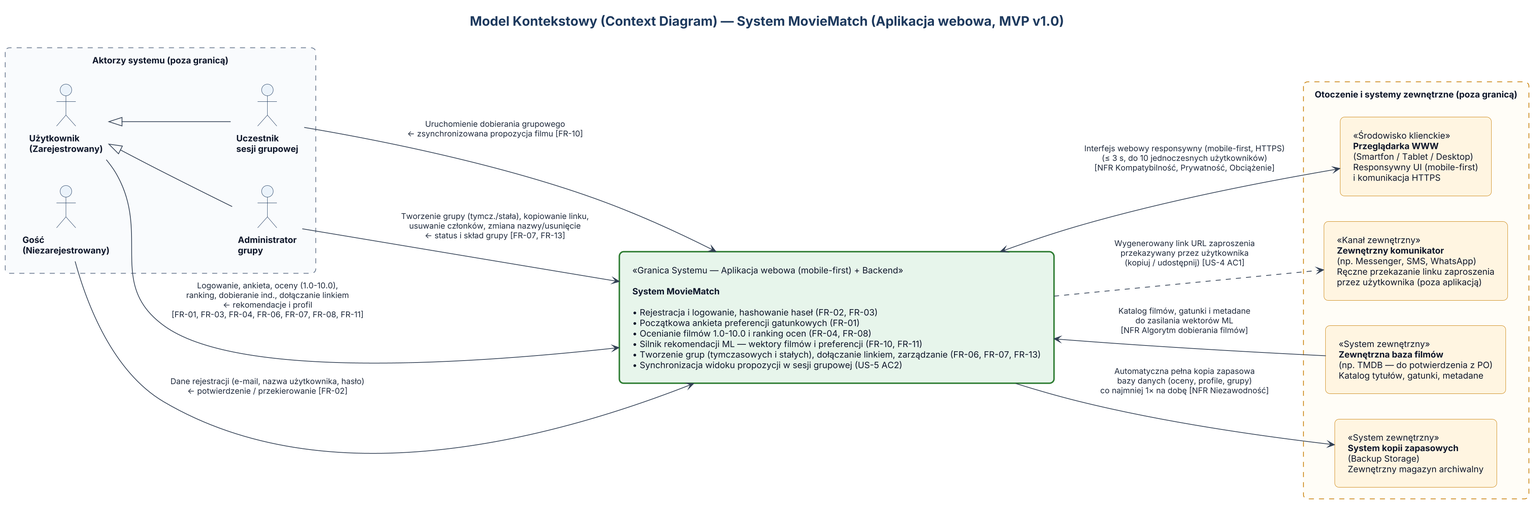
Before: png/01_context_diagram.png, a diagram exported from PlantUML (SzymonK328190/laboratorium7_uml_moviematch).
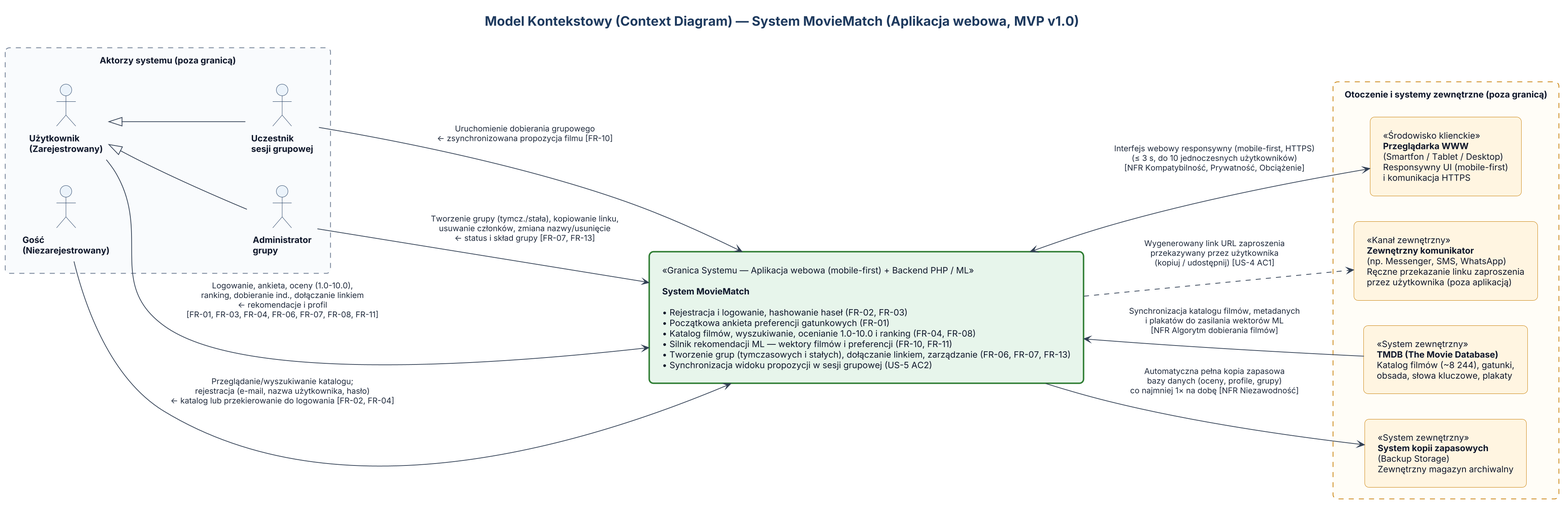
After the commit.

Diff of the diagram source:
```diff
@@ -43,19 +43,19 @@
   Admin -u-|> User
 }
 
-rectangle "«Granica Systemu — Aplikacja webowa (mobile-first) + Backend»\n\n<b>System MovieMatch</b>\n\n• Rejestracja i logowanie, hashowanie haseł (FR-02, FR-03)\n• Początkowa ankieta preferencji gatunkowych (FR-01)\n• Ocenianie filmów 1.0-10.0 i ranking ocen (FR-04, FR-08)\n• Silnik rekomendacji ML — wektory filmów i preferencji (FR-10, FR-11)\n• Tworzenie grup (tymczasowych i stałych), dołączanie linkiem, zarządzanie (FR-06, FR-07, FR-13)\n• Synchronizacja widoku propozycji w sesji grupowej (US-5 AC2)" as MovieMatch #E6F4EA;line:2E7D32;line.bold
+rectangle "«Granica Systemu — Aplikacja webowa (mobile-first) + Backend PHP / ML»\n\n<b>System MovieMatch</b>\n\n• Rejestracja i logowanie, hashowanie haseł (FR-02, FR-03)\n• Początkowa ankieta preferencji gatunkowych (FR-01)\n• Katalog filmów, wyszukiwanie, ocenianie 1.0-10.0 i ranking (FR-04, FR-08)\n• Silnik rekomendacji ML — wektory filmów i preferencji (FR-10, FR-11)\n• Tworzenie grup (tymczasowych i stałych), dołączanie linkiem, zarządzanie (FR-06, FR-07, FR-13)\n• Synchronizacja widoku propozycji w sesji grupowej (US-5 AC2)" as MovieMatch #E6F4EA;line:2E7D32;line.bold
 
 rectangle "Otoczenie i systemy zewnętrzne (poza granicą)" as ExtPkg #FFFDF7;line:C67C00;line.dashed {
   rectangle "«Środowisko klienckie»\n<b>Przeglądarka WWW</b>\n(Smartfon / Tablet / Desktop)\nResponsywny UI (mobile-first)\ni komunikacja HTTPS" as Browser #FFF4E0;line:C67C00
 
   rectangle "«Kanał zewnętrzny»\n<b>Zewnętrzny komunikator</b>\n(np. Messenger, SMS, WhatsApp)\nRęczne przekazanie linku zaproszenia\nprzez użytkownika (poza aplikacją)" as Messenger #FFF4E0;line:C67C00
 
-  rectangle "«System zewnętrzny»\n<b>Zewnętrzna baza filmów</b>\n(np. TMDB — do potwierdzenia z PO)\nKatalog tytułów, gatunki, metadane" as MovieDB #FFF4E0;line:C67C00
+  rectangle "«System zewnętrzny»\n<b>TMDB (The Movie Database)</b>\nKatalog filmów (~8 244), gatunki,\nobsada, słowa kluczowe, plakaty" as MovieDB #FFF4E0;line:C67C00
 
   rectangle "«System zewnętrzny»\n<b>System kopii zapasowych</b>\n(Backup Storage)\nZewnętrzny magazyn archiwalny" as BackupSvc #FFF4E0;line:C67C00
 }
 
-Guest --> MovieMatch : Dane rejestracji (e-mail, nazwa użytkownika, hasło)\n← potwierdzenie / przekierowanie [FR-02]
+Guest --> MovieMatch : Przeglądanie/wyszukiwanie katalogu;\nrejestracja (e-mail, nazwa użytkownika, hasło)\n← katalog lub przekierowanie do logowania [FR-02, FR-04]
 
 User --> MovieMatch : Logowanie, ankieta, oceny (1.0-10.0),\nranking, dobieranie ind., dołączanie linkiem\n← rekomendacje i profil\n[FR-01, FR-03, FR-04, FR-06, FR-07, FR-08, FR-11]
 
@@ -67,7 +67,7 @@
 
 MovieMatch ..> Messenger : Wygenerowany link URL zaproszenia\nprzekazywany przez użytkownika\n(kopiuj / udostępnij) [US-4 AC1]
 
-MovieMatch <-- MovieDB : Katalog filmów, gatunki i metadane\ndo zasilania wektorów ML\n[NFR Algorytm dobierania filmów]
+MovieMatch <-- MovieDB : Synchronizacja katalogu filmów, metadanych\ni plakatów do zasilania wektorów ML\n[NFR Algorytm dobierania filmów]
 
 MovieMatch --> BackupSvc : Automatyczna pełna kopia zapasowa\nbazy danych (oceny, profile, grupy)\nco najmniej 1× na dobę [NFR Niezawodność]
 
```
